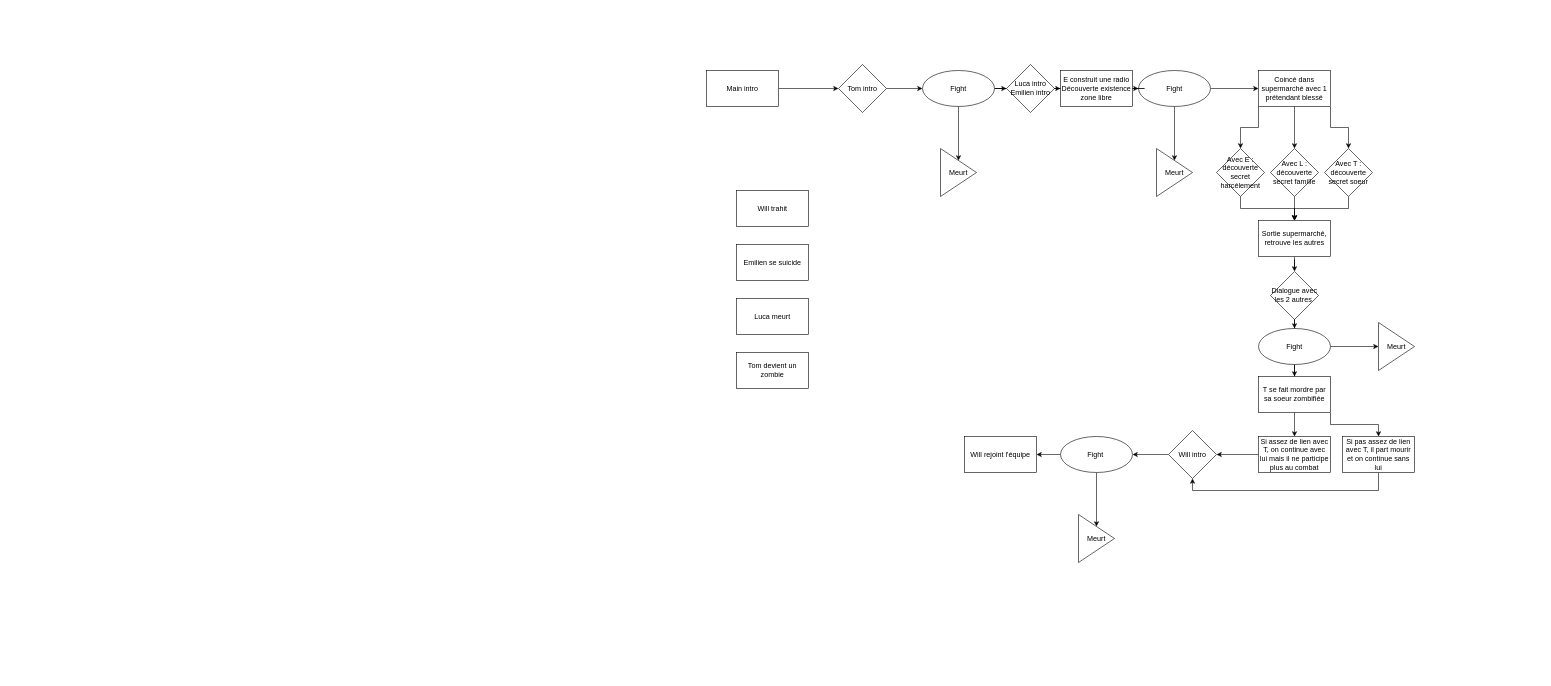
Above: Histoire/wireframe_storyline.drawio in EvaDucay/crea_num (draw.io), before the change. Source tidied: cells renumbered, new cells numbered last; positions are measured from the earlier drawing's top-left corner, leaving out a move shared by most shapes. Both pictures are drawn from the tidied source at 60%, with x=0, y=0 at pixel (706, 64).
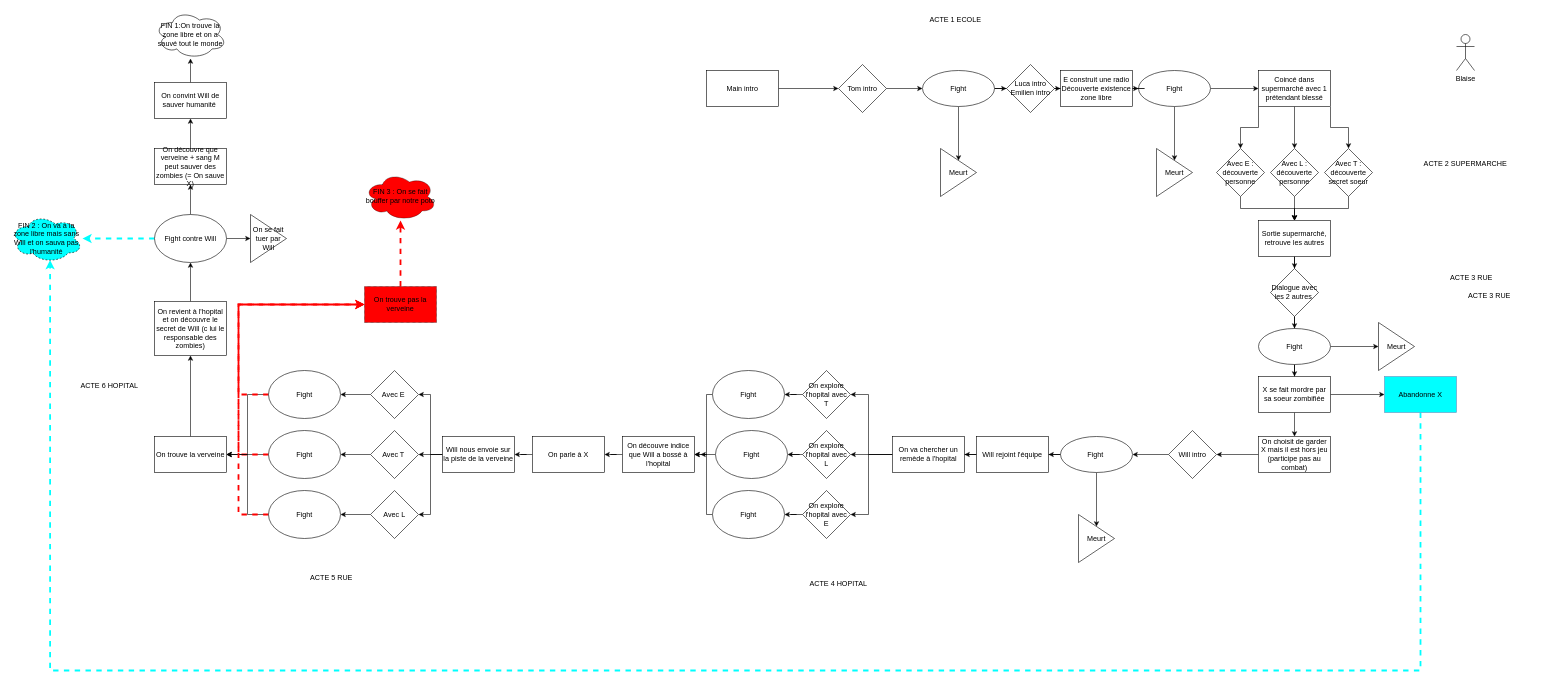
The same diagram, later.

Commit message (it also covers changes not shown here):
ajustement storyline

Unchanged cells that the change refers to:
```xml
<mxCell id="44" value="Will intro" style="rhombus;whiteSpace=wrap;html=1;" parent="1" vertex="1">
  <mxGeometry x="770" y="610" width="80" height="80" as="geometry" />
</mxCell>
```

The edit, as a diff of the source:
```diff
@@
-    <mxCell id="23" value="Avec L : découverte secret famille" style="rhombus;whiteSpace=wrap;html=1;rounded=0;" parent="1" vertex="1">
+    <mxCell id="23" value="Avec L : découverte personne" style="rhombus;whiteSpace=wrap;html=1;rounded=0;" parent="1" vertex="1">
       <mxGeometry x="940" y="140" width="80" height="80" as="geometry" />
     </mxCell>
@@
-    <mxCell id="27" value="Avec E : découverte secret harcélement" style="rhombus;whiteSpace=wrap;html=1;rounded=0;" parent="1" vertex="1">
+    <mxCell id="27" value="Avec E : découverte personne" style="rhombus;whiteSpace=wrap;html=1;rounded=0;" parent="1" vertex="1">
       <mxGeometry x="850" y="140" width="80" height="80" as="geometry" />
     </mxCell>
@@
     <mxCell id="31" value="Dialogue avec les 2 autres&amp;nbsp;" style="rhombus;whiteSpace=wrap;html=1;rounded=0;" parent="1" vertex="1">
-      <mxGeometry x="940" y="345" width="80" height="80" as="geometry" />
+      <mxGeometry x="940" y="340" width="80" height="80" as="geometry" />
     </mxCell>
@@
-    <mxCell id="37" style="edgeStyle=orthogonalEdgeStyle;rounded=0;jettySize=auto;html=1;exitX=1;exitY=1;exitDx=0;exitDy=0;entryX=0.5;entryY=0;entryDx=0;entryDy=0;" parent="1" edge="1" source="38" target="42">
-      <mxGeometry relative="1" as="geometry" />
-    </mxCell>
+    <mxCell id="54" style="edgeStyle=orthogonalEdgeStyle;rounded=0;jettySize=auto;html=1;" parent="1" edge="1" source="38" target="94">
+      <mxGeometry relative="1" as="geometry" />
+    </mxCell>
-    <mxCell id="38" value="T se fait mordre par sa soeur zombifiée" style="whiteSpace=wrap;html=1;rounded=0;" parent="1" vertex="1">
+    <mxCell id="38" value="X se fait mordre par sa soeur zombifiée" style="whiteSpace=wrap;html=1;rounded=0;" parent="1" vertex="1">
       <mxGeometry x="920" y="520" width="120" height="60" as="geometry" />
     </mxCell>
@@
-    <mxCell id="40" value="Si assez de lien avec T, on continue avec lui mais il ne participe plus au combat" style="whiteSpace=wrap;html=1;rounded=0;" parent="1" vertex="1">
+    <mxCell id="40" value="On choisit de garder X mais il est hors jeu (participe pas au combat)" style="whiteSpace=wrap;html=1;rounded=0;" parent="1" vertex="1">
       <mxGeometry x="920" y="620" width="120" height="60" as="geometry" />
     </mxCell>
-    <mxCell id="41" style="edgeStyle=orthogonalEdgeStyle;rounded=0;jettySize=auto;html=1;entryX=0.5;entryY=1;entryDx=0;entryDy=0;" parent="1" edge="1" source="42" target="44">
-      <mxGeometry relative="1" as="geometry">
-        <Array as="points">
-          <mxPoint x="1120" y="710" />
-          <mxPoint x="810" y="710" />
-        </Array>
-      </mxGeometry>
-    </mxCell>
-    <mxCell id="42" value="Si pas assez de lien avec T, il part mourir et on continue sans lui" style="whiteSpace=wrap;html=1;rounded=0;" parent="1" vertex="1">
-      <mxGeometry x="1060" y="620" width="120" height="60" as="geometry" />
-    </mxCell>
@@
+    <mxCell id="55" style="edgeStyle=orthogonalEdgeStyle;rounded=0;jettySize=auto;html=1;" parent="1" edge="1" source="49" target="59">
+      <mxGeometry relative="1" as="geometry" />
+    </mxCell>
     <mxCell id="49" value="Will rejoint l'équipe" style="whiteSpace=wrap;html=1;" parent="1" vertex="1">
-      <mxGeometry x="430" y="620" width="120" height="60" as="geometry" />
+      <mxGeometry x="450" y="620" width="120" height="60" as="geometry" />
     </mxCell>
-    <mxCell id="50" value="Will trahit" style="rounded=0;whiteSpace=wrap;html=1;" parent="1" vertex="1">
-      <mxGeometry x="50" y="210" width="120" height="60" as="geometry" />
-    </mxCell>
-    <mxCell id="51" value="Emilien se suicide" style="rounded=0;whiteSpace=wrap;html=1;" parent="1" vertex="1">
-      <mxGeometry x="50" y="300" width="120" height="60" as="geometry" />
-    </mxCell>
-    <mxCell id="52" value="Luca meurt" style="rounded=0;whiteSpace=wrap;html=1;" parent="1" vertex="1">
-      <mxGeometry x="50" y="390" width="120" height="60" as="geometry" />
-    </mxCell>
-    <mxCell id="53" value="Tom devient un zombie" style="rounded=0;whiteSpace=wrap;html=1;" parent="1" vertex="1">
-      <mxGeometry x="50" y="480" width="120" height="60" as="geometry" />
-    </mxCell>
+    <mxCell id="56" style="edgeStyle=orthogonalEdgeStyle;rounded=0;jettySize=auto;html=1;entryX=1;entryY=0.5;entryDx=0;entryDy=0;" parent="1" edge="1" source="59" target="61">
+      <mxGeometry relative="1" as="geometry">
+        <Array as="points">
+          <mxPoint x="270" y="650" />
+          <mxPoint x="270" y="550" />
+        </Array>
+      </mxGeometry>
+    </mxCell>
+    <mxCell id="57" style="edgeStyle=orthogonalEdgeStyle;rounded=0;jettySize=auto;html=1;exitX=0;exitY=0.5;exitDx=0;exitDy=0;" parent="1" edge="1" source="59" target="63">
+      <mxGeometry relative="1" as="geometry" />
+    </mxCell>
+    <mxCell id="58" style="edgeStyle=orthogonalEdgeStyle;rounded=0;jettySize=auto;html=1;entryX=1;entryY=0.5;entryDx=0;entryDy=0;" parent="1" edge="1" source="59" target="65">
+      <mxGeometry relative="1" as="geometry">
+        <Array as="points">
+          <mxPoint x="270" y="650" />
+          <mxPoint x="270" y="750" />
+        </Array>
+      </mxGeometry>
+    </mxCell>
+    <mxCell id="59" value="On va chercher un remède à l'hopital" style="whiteSpace=wrap;html=1;" parent="1" vertex="1">
+      <mxGeometry x="310" y="620" width="120" height="60" as="geometry" />
+    </mxCell>
+    <mxCell id="60" style="edgeStyle=orthogonalEdgeStyle;rounded=0;jettySize=auto;html=1;" parent="1" edge="1" source="61" target="107">
+      <mxGeometry relative="1" as="geometry" />
+    </mxCell>
+    <mxCell id="61" value="On explore l'hopital avec T" style="rhombus;whiteSpace=wrap;html=1;" parent="1" vertex="1">
+      <mxGeometry x="160" y="510" width="80" height="80" as="geometry" />
+    </mxCell>
+    <mxCell id="62" style="edgeStyle=orthogonalEdgeStyle;rounded=0;jettySize=auto;html=1;" parent="1" edge="1" source="63" target="97">
+      <mxGeometry relative="1" as="geometry" />
+    </mxCell>
+    <mxCell id="63" value="On explore l'hopital avec L" style="rhombus;whiteSpace=wrap;html=1;" parent="1" vertex="1">
+      <mxGeometry x="160" y="610" width="80" height="80" as="geometry" />
+    </mxCell>
+    <mxCell id="64" style="edgeStyle=orthogonalEdgeStyle;rounded=0;jettySize=auto;html=1;" parent="1" edge="1" source="65" target="109">
+      <mxGeometry relative="1" as="geometry" />
+    </mxCell>
+    <mxCell id="65" value="On explore l'hopital avec E" style="rhombus;whiteSpace=wrap;html=1;" parent="1" vertex="1">
+      <mxGeometry x="160" y="710" width="80" height="80" as="geometry" />
+    </mxCell>
+    <mxCell id="66" style="edgeStyle=orthogonalEdgeStyle;rounded=0;jettySize=auto;html=1;" parent="1" edge="1" source="67" target="69">
+      <mxGeometry relative="1" as="geometry" />
+    </mxCell>
+    <mxCell id="67" value="On découvre indice que Will a bossé à l'hopital" style="rounded=0;whiteSpace=wrap;html=1;" parent="1" vertex="1">
+      <mxGeometry x="-140" y="620" width="120" height="60" as="geometry" />
+    </mxCell>
+    <mxCell id="68" style="edgeStyle=orthogonalEdgeStyle;rounded=0;jettySize=auto;html=1;" parent="1" edge="1" source="69" target="73">
+      <mxGeometry relative="1" as="geometry" />
+    </mxCell>
+    <mxCell id="69" value="On parle à X" style="rounded=0;whiteSpace=wrap;html=1;" parent="1" vertex="1">
+      <mxGeometry x="-290" y="620" width="120" height="60" as="geometry" />
+    </mxCell>
+    <mxCell id="70" style="edgeStyle=orthogonalEdgeStyle;rounded=0;jettySize=auto;html=1;" parent="1" edge="1" source="73" target="75">
+      <mxGeometry relative="1" as="geometry" />
+    </mxCell>
+    <mxCell id="71" style="edgeStyle=orthogonalEdgeStyle;rounded=0;jettySize=auto;html=1;exitX=0;exitY=0.5;exitDx=0;exitDy=0;entryX=1;entryY=0.5;entryDx=0;entryDy=0;" parent="1" edge="1" source="73" target="77">
+      <mxGeometry relative="1" as="geometry" />
+    </mxCell>
+    <mxCell id="72" style="edgeStyle=orthogonalEdgeStyle;rounded=0;jettySize=auto;html=1;entryX=1;entryY=0.5;entryDx=0;entryDy=0;" parent="1" edge="1" source="73" target="79">
+      <mxGeometry relative="1" as="geometry" />
+    </mxCell>
+    <mxCell id="73" value="Will nous envoie sur la piste de la verveine" style="rounded=0;whiteSpace=wrap;html=1;" parent="1" vertex="1">
+      <mxGeometry x="-440" y="620" width="120" height="60" as="geometry" />
+    </mxCell>
+    <mxCell id="74" style="edgeStyle=orthogonalEdgeStyle;rounded=0;jettySize=auto;html=1;" parent="1" edge="1" source="75" target="100">
+      <mxGeometry relative="1" as="geometry" />
+    </mxCell>
+    <mxCell id="75" value="Avec T&amp;nbsp;" style="rhombus;whiteSpace=wrap;html=1;" parent="1" vertex="1">
+      <mxGeometry x="-560" y="610" width="80" height="80" as="geometry" />
+    </mxCell>
+    <mxCell id="76" style="edgeStyle=orthogonalEdgeStyle;rounded=0;jettySize=auto;html=1;" parent="1" edge="1" source="77" target="112">
+      <mxGeometry relative="1" as="geometry" />
+    </mxCell>
+    <mxCell id="77" value="Avec E&amp;nbsp;" style="rhombus;whiteSpace=wrap;html=1;" parent="1" vertex="1">
+      <mxGeometry x="-560" y="510" width="80" height="80" as="geometry" />
+    </mxCell>
+    <mxCell id="78" style="edgeStyle=orthogonalEdgeStyle;rounded=0;jettySize=auto;html=1;" parent="1" edge="1" source="79" target="115">
+      <mxGeometry relative="1" as="geometry" />
+    </mxCell>
+    <mxCell id="79" value="Avec L" style="rhombus;whiteSpace=wrap;html=1;" parent="1" vertex="1">
+      <mxGeometry x="-560" y="710" width="80" height="80" as="geometry" />
+    </mxCell>
+    <mxCell id="80" style="edgeStyle=orthogonalEdgeStyle;rounded=0;jettySize=auto;html=1;" parent="1" edge="1" source="81" target="85">
+      <mxGeometry relative="1" as="geometry" />
+    </mxCell>
+    <mxCell id="81" value="On revient à l'hopital et on découvre le secret de Will (c lui le responsable des zombies)" style="rounded=0;whiteSpace=wrap;html=1;" parent="1" vertex="1">
+      <mxGeometry x="-920" y="395" width="120" height="90" as="geometry" />
+    </mxCell>
+    <mxCell id="82" style="edgeStyle=orthogonalEdgeStyle;rounded=0;jettySize=auto;html=1;dashed=1;fillColor=#dae8fc;strokeColor=#00FFFF;strokeWidth=3;" parent="1" edge="1" source="85" target="95">
+      <mxGeometry relative="1" as="geometry" />
+    </mxCell>
+    <mxCell id="83" style="edgeStyle=orthogonalEdgeStyle;rounded=0;jettySize=auto;html=1;" parent="1" edge="1" source="85" target="87">
+      <mxGeometry relative="1" as="geometry" />
+    </mxCell>
+    <mxCell id="84" style="edgeStyle=orthogonalEdgeStyle;rounded=0;jettySize=auto;html=1;" parent="1" edge="1" source="85" target="89">
+      <mxGeometry relative="1" as="geometry" />
+    </mxCell>
+    <mxCell id="85" value="Fight contre Will" style="ellipse;whiteSpace=wrap;html=1;" parent="1" vertex="1">
+      <mxGeometry x="-920" y="250" width="120" height="80" as="geometry" />
+    </mxCell>
+    <mxCell id="86" value="Blaise" style="shape=umlActor;verticalLabelPosition=bottom;verticalAlign=top;html=1;" parent="1" vertex="1">
+      <mxGeometry x="1250" y="-50" width="30" height="60" as="geometry" />
+    </mxCell>
+    <mxCell id="87" value="On se fait tuer par Will" style="triangle;whiteSpace=wrap;html=1;" parent="1" vertex="1">
+      <mxGeometry x="-760" y="250" width="60" height="80" as="geometry" />
+    </mxCell>
+    <mxCell id="88" style="edgeStyle=orthogonalEdgeStyle;rounded=0;jettySize=auto;html=1;" parent="1" edge="1" source="89" target="91">
+      <mxGeometry relative="1" as="geometry" />
+    </mxCell>
+    <mxCell id="89" value="On découvre que verveine + sang M peut sauver des zombies (= On sauve X)" style="rounded=0;whiteSpace=wrap;html=1;" parent="1" vertex="1">
+      <mxGeometry x="-920" y="140" width="120" height="60" as="geometry" />
+    </mxCell>
+    <mxCell id="90" style="edgeStyle=orthogonalEdgeStyle;rounded=0;jettySize=auto;html=1;" parent="1" edge="1" source="91" target="92">
+      <mxGeometry relative="1" as="geometry" />
+    </mxCell>
+    <mxCell id="91" value="On convint Will de sauver humanité&amp;nbsp;" style="rounded=0;whiteSpace=wrap;html=1;" parent="1" vertex="1">
+      <mxGeometry x="-920" y="30" width="120" height="60" as="geometry" />
+    </mxCell>
+    <mxCell id="92" value="FIN 1:On trouve la zone libre et on a sauvé tout le monde" style="ellipse;shape=cloud;whiteSpace=wrap;html=1;" parent="1" vertex="1">
+      <mxGeometry x="-920" y="-90" width="120" height="80" as="geometry" />
+    </mxCell>
+    <mxCell id="93" style="edgeStyle=orthogonalEdgeStyle;rounded=0;jettySize=auto;html=1;dashed=1;fillColor=#dae8fc;strokeColor=#00FFFF;entryX=0.55;entryY=0.95;entryDx=0;entryDy=0;entryPerimeter=0;strokeWidth=3;" parent="1" edge="1" source="94" target="95">
+      <mxGeometry relative="1" as="geometry">
+        <Array as="points">
+          <mxPoint x="1190" y="1010" />
+          <mxPoint x="-1094" y="1010" />
+        </Array>
+      </mxGeometry>
+    </mxCell>
+    <mxCell id="94" value="Abandonne X" style="whiteSpace=wrap;html=1;rounded=0;fillColor=#00FFFF;strokeColor=#6c8ebf;" parent="1" vertex="1">
+      <mxGeometry x="1130" y="520" width="120" height="60" as="geometry" />
+    </mxCell>
+    <mxCell id="95" value="FIN 2 : On va a la zone libre mais sans Will et on sauva pas l'humanité" style="ellipse;shape=cloud;whiteSpace=wrap;html=1;dashed=1;fillColor=#00FFFF;" parent="1" vertex="1">
+      <mxGeometry x="-1160" y="250" width="120" height="80" as="geometry" />
+    </mxCell>
+    <mxCell id="96" style="edgeStyle=orthogonalEdgeStyle;rounded=0;jettySize=auto;html=1;" parent="1" edge="1" source="97" target="67">
+      <mxGeometry relative="1" as="geometry" />
+    </mxCell>
+    <mxCell id="97" value="Fight" style="ellipse;whiteSpace=wrap;html=1;" parent="1" vertex="1">
+      <mxGeometry x="15" y="610" width="120" height="80" as="geometry" />
+    </mxCell>
+    <mxCell id="98" style="edgeStyle=orthogonalEdgeStyle;rounded=0;jettySize=auto;html=1;" parent="1" edge="1" source="100" target="105">
+      <mxGeometry relative="1" as="geometry" />
+    </mxCell>
+    <mxCell id="99" style="edgeStyle=orthogonalEdgeStyle;rounded=0;jettySize=auto;html=1;entryX=0;entryY=0.5;entryDx=0;entryDy=0;strokeColor=#FF0000;strokeWidth=3;dashed=1;" parent="1" edge="1" source="100" target="102">
+      <mxGeometry relative="1" as="geometry">
+        <Array as="points">
+          <mxPoint x="-780" y="650" />
+          <mxPoint x="-780" y="400" />
+        </Array>
+      </mxGeometry>
+    </mxCell>
+    <mxCell id="100" value="Fight" style="ellipse;whiteSpace=wrap;html=1;" parent="1" vertex="1">
+      <mxGeometry x="-730" y="610" width="120" height="80" as="geometry" />
+    </mxCell>
+    <mxCell id="101" style="edgeStyle=orthogonalEdgeStyle;rounded=0;jettySize=auto;html=1;dashed=1;strokeColor=#FF0000;strokeWidth=3;" parent="1" edge="1" source="102" target="103">
+      <mxGeometry relative="1" as="geometry" />
+    </mxCell>
+    <mxCell id="102" value="On trouve pas la verveine" style="rounded=0;whiteSpace=wrap;html=1;dashed=1;dashPattern=1 1;fillColor=#FF0000;" parent="1" vertex="1">
+      <mxGeometry x="-570" y="370" width="120" height="60" as="geometry" />
+    </mxCell>
+    <mxCell id="103" value="FIN 3 : On se fait bouffer par notre poto" style="ellipse;shape=cloud;whiteSpace=wrap;html=1;dashed=1;dashPattern=1 1;fillColor=#FF0000;" parent="1" vertex="1">
+      <mxGeometry x="-570" y="180" width="120" height="80" as="geometry" />
+    </mxCell>
+    <mxCell id="104" style="edgeStyle=orthogonalEdgeStyle;rounded=0;jettySize=auto;html=1;entryX=0.5;entryY=1;entryDx=0;entryDy=0;" parent="1" edge="1" source="105" target="81">
+      <mxGeometry relative="1" as="geometry" />
+    </mxCell>
+    <mxCell id="105" value="On trouve la verveine" style="rounded=0;whiteSpace=wrap;html=1;" parent="1" vertex="1">
+      <mxGeometry x="-920" y="620" width="120" height="60" as="geometry" />
+    </mxCell>
+    <mxCell id="106" style="edgeStyle=orthogonalEdgeStyle;rounded=0;jettySize=auto;html=1;entryX=1;entryY=0.5;entryDx=0;entryDy=0;" parent="1" edge="1" source="107" target="67">
+      <mxGeometry relative="1" as="geometry">
+        <Array as="points">
+          <mxPoint y="550" />
+          <mxPoint y="650" />
+        </Array>
+      </mxGeometry>
+    </mxCell>
+    <mxCell id="107" value="Fight" style="ellipse;whiteSpace=wrap;html=1;" parent="1" vertex="1">
+      <mxGeometry x="10" y="510" width="120" height="80" as="geometry" />
+    </mxCell>
+    <mxCell id="108" style="edgeStyle=orthogonalEdgeStyle;rounded=0;jettySize=auto;html=1;" parent="1" edge="1" source="109">
+      <mxGeometry relative="1" as="geometry">
+        <mxPoint x="-10" y="650" as="targetPoint" />
+        <Array as="points">
+          <mxPoint y="750" />
+          <mxPoint y="650" />
+        </Array>
+      </mxGeometry>
+    </mxCell>
+    <mxCell id="109" value="Fight" style="ellipse;whiteSpace=wrap;html=1;" parent="1" vertex="1">
+      <mxGeometry x="10" y="710" width="120" height="80" as="geometry" />
+    </mxCell>
+    <mxCell id="110" style="edgeStyle=orthogonalEdgeStyle;rounded=0;jettySize=auto;html=1;entryX=1;entryY=0.5;entryDx=0;entryDy=0;" parent="1" edge="1" source="112" target="105">
+      <mxGeometry relative="1" as="geometry" />
+    </mxCell>
+    <mxCell id="111" style="edgeStyle=orthogonalEdgeStyle;rounded=0;jettySize=auto;html=1;entryX=0;entryY=0.5;entryDx=0;entryDy=0;dashed=1;strokeColor=#FF0000;strokeWidth=3;" parent="1" edge="1" source="112" target="102">
+      <mxGeometry relative="1" as="geometry">
+        <Array as="points">
+          <mxPoint x="-780" y="550" />
+          <mxPoint x="-780" y="400" />
+        </Array>
+      </mxGeometry>
+    </mxCell>
+    <mxCell id="112" value="Fight" style="ellipse;whiteSpace=wrap;html=1;" parent="1" vertex="1">
+      <mxGeometry x="-730" y="510" width="120" height="80" as="geometry" />
+    </mxCell>
+    <mxCell id="113" style="edgeStyle=orthogonalEdgeStyle;rounded=0;jettySize=auto;html=1;entryX=1;entryY=0.5;entryDx=0;entryDy=0;" parent="1" edge="1" source="115" target="105">
+      <mxGeometry relative="1" as="geometry" />
+    </mxCell>
+    <mxCell id="114" style="edgeStyle=orthogonalEdgeStyle;rounded=0;jettySize=auto;html=1;entryX=0;entryY=0.5;entryDx=0;entryDy=0;dashed=1;strokeColor=#FF0000;strokeWidth=3;" parent="1" edge="1" source="115" target="102">
+      <mxGeometry relative="1" as="geometry">
+        <Array as="points">
+          <mxPoint x="-780" y="750" />
+          <mxPoint x="-780" y="400" />
+        </Array>
+      </mxGeometry>
+    </mxCell>
+    <mxCell id="115" value="Fight" style="ellipse;whiteSpace=wrap;html=1;" parent="1" vertex="1">
+      <mxGeometry x="-730" y="710" width="120" height="80" as="geometry" />
+    </mxCell>
+    <mxCell id="116" value="ACTE 1 ECOLE" style="text;html=1;strokeColor=none;fillColor=none;align=center;verticalAlign=middle;whiteSpace=wrap;rounded=0;" parent="1" vertex="1">
+      <mxGeometry x="340" y="-90" width="150" height="30" as="geometry" />
+    </mxCell>
+    <mxCell id="117" value="ACTE 2 SUPERMARCHE" style="text;html=1;strokeColor=none;fillColor=none;align=center;verticalAlign=middle;whiteSpace=wrap;rounded=0;" parent="1" vertex="1">
+      <mxGeometry x="1180" y="150" width="170" height="30" as="geometry" />
+    </mxCell>
+    <mxCell id="118" value="ACTE 3 RUE" style="text;html=1;strokeColor=none;fillColor=none;align=center;verticalAlign=middle;whiteSpace=wrap;rounded=0;" parent="1" vertex="1">
+      <mxGeometry x="1190" y="340" width="170" height="30" as="geometry" />
+    </mxCell>
+    <mxCell id="119" value="ACTE 4 HOPITAL" style="text;html=1;strokeColor=none;fillColor=none;align=center;verticalAlign=middle;whiteSpace=wrap;rounded=0;" parent="1" vertex="1">
+      <mxGeometry x="135" y="850" width="170" height="30" as="geometry" />
+    </mxCell>
+    <mxCell id="120" value="ACTE 5 RUE" style="text;html=1;strokeColor=none;fillColor=none;align=center;verticalAlign=middle;whiteSpace=wrap;rounded=0;" parent="1" vertex="1">
+      <mxGeometry x="-710" y="840" width="170" height="30" as="geometry" />
+    </mxCell>
+    <mxCell id="121" value="ACTE 3 RUE" style="text;html=1;strokeColor=none;fillColor=none;align=center;verticalAlign=middle;whiteSpace=wrap;rounded=0;" parent="1" vertex="1">
+      <mxGeometry x="1220" y="370" width="170" height="30" as="geometry" />
+    </mxCell>
+    <mxCell id="122" value="ACTE 6 HOPITAL" style="text;html=1;strokeColor=none;fillColor=none;align=center;verticalAlign=middle;whiteSpace=wrap;rounded=0;" parent="1" vertex="1">
+      <mxGeometry x="-1080" y="520" width="170" height="30" as="geometry" />
+    </mxCell>
```
